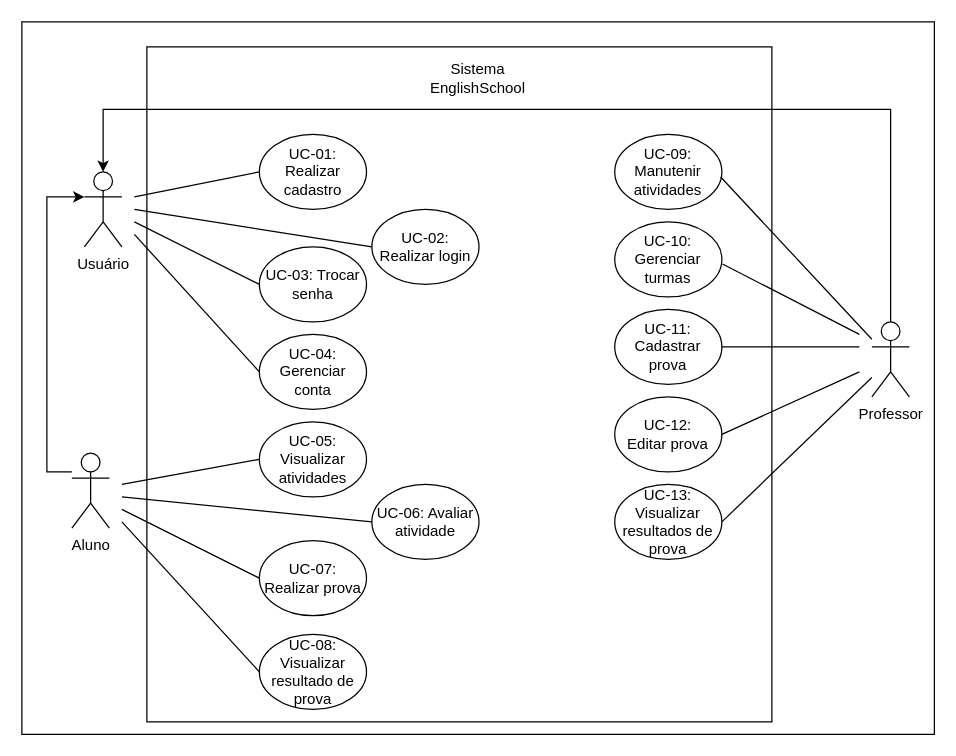
This is diagramas/Diagrama de caso de uso.drawio from Jhonatan-Gutemberg/EnglishSchool, a draw.io file, before an edit. Source tidied: cells renumbered, new cells numbered last; positions are measured from the earlier drawing's top-left corner, leaving out a move shared by most shapes. Both pictures are drawn from the tidied source at 125%, with x=0, y=0 at pixel (21, 21).
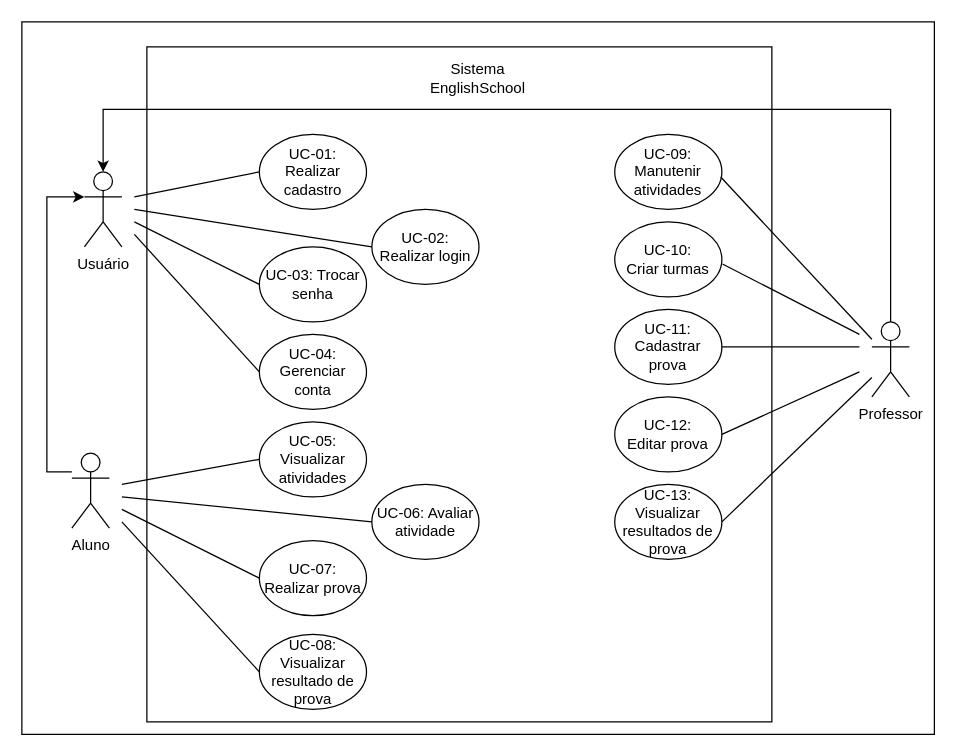
The same diagram, later.

What changed in the source:
```diff
@@
-    <mxCell id="18" value="UC-10:&lt;div&gt;Gerenciar turmas&lt;/div&gt;" style="ellipse;whiteSpace=wrap;html=1;" parent="1" vertex="1">
+    <mxCell id="18" value="UC-10:&lt;div&gt;Criar turmas&lt;/div&gt;" style="ellipse;whiteSpace=wrap;html=1;" parent="1" vertex="1">
       <mxGeometry x="474.3" y="160" width="85.7" height="60" as="geometry" />
     </mxCell>
```
